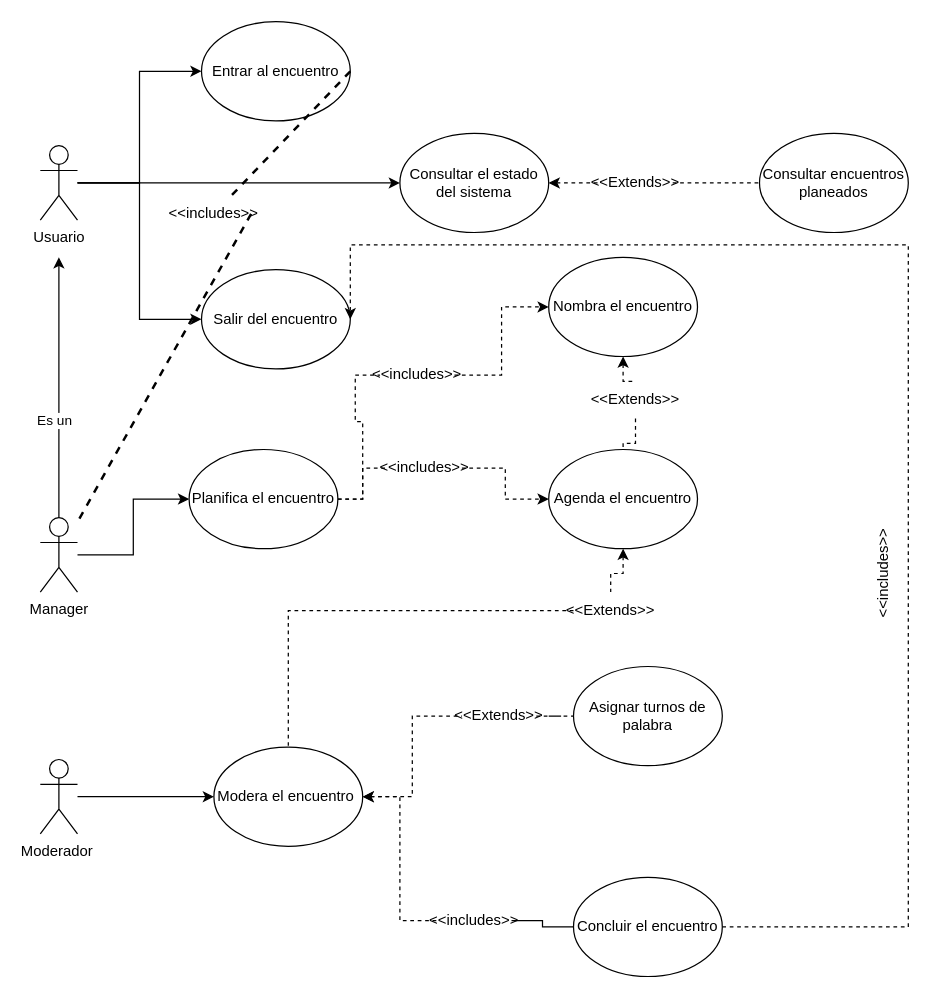
vjp-rosangelaRC/Netbeans keeps this draw.io diagram as Entornos/Tema 06/Encuentros_virtuales.drawio. Above is the earlier version. Source tidied: cells renumbered, new cells numbered last; positions are measured from the earlier drawing's top-left corner, leaving out a move shared by most shapes. Both pictures are drawn from the tidied source at 124%, with x=0, y=0 at pixel (40, 21).
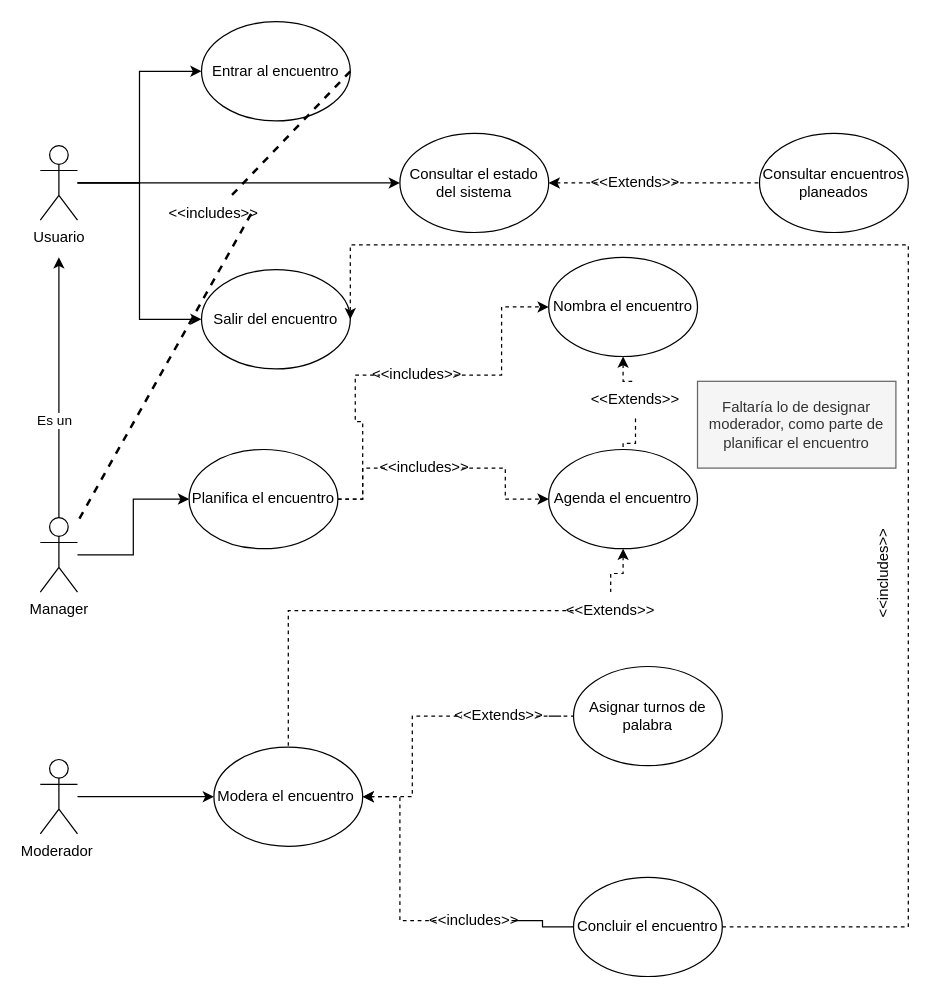
The same diagram, later.

Diff of the diagram source:
```diff
@@
+    <mxCell id="48" value="Faltaría lo de designar moderador, como parte de planificar el encuentro" style="text;html=1;strokeColor=#666666;fillColor=#f5f5f5;align=center;verticalAlign=middle;whiteSpace=wrap;rounded=0;fontColor=#333333;" parent="1" vertex="1">
+      <mxGeometry x="530" y="290" width="160" height="70" as="geometry" />
+    </mxCell>
```
